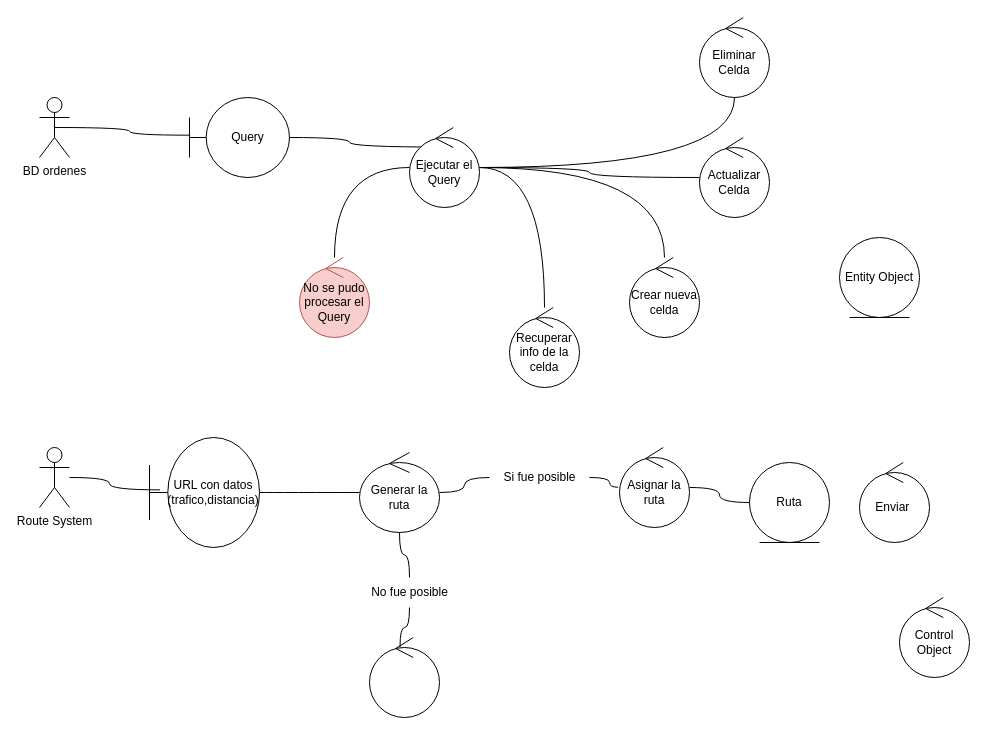
This is Untitled Diagram.drawio from Criplockoweno/System_Design, a draw.io file, before an edit. Source tidied: cells renumbered, new cells numbered last; positions are measured from the earlier drawing's top-left corner, leaving out a move shared by most shapes. Both pictures are drawn from the tidied source at 100%, with x=0, y=0 at pixel (39, 17).
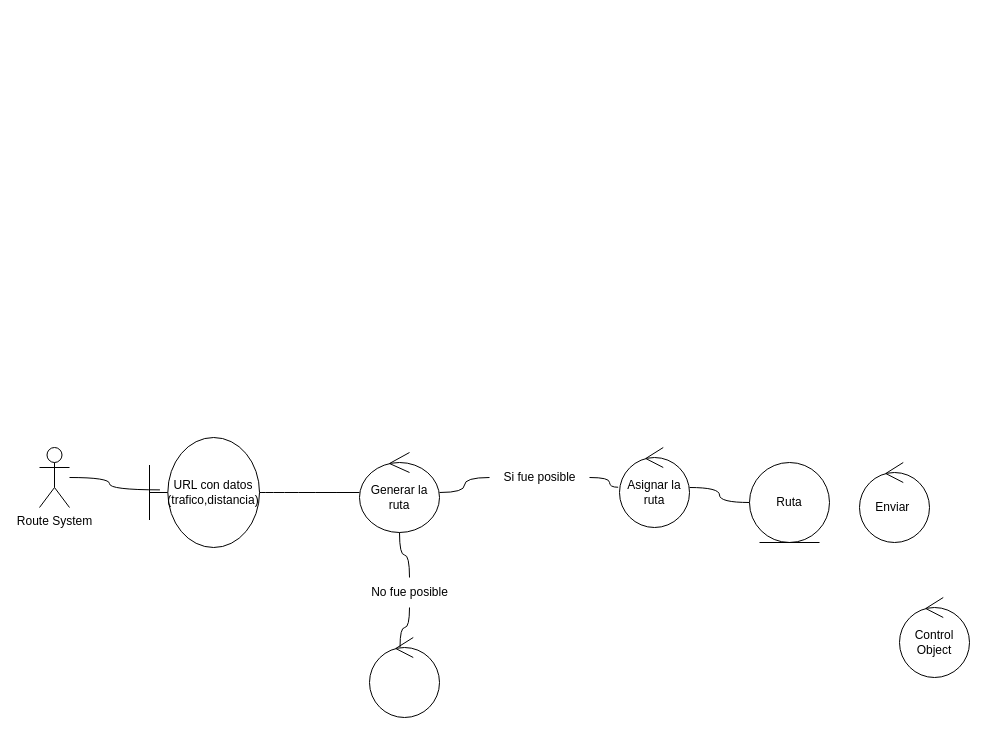
Above is the later version.

What changed in the source:
```diff
@@
-    <mxCell id="2" style="rounded=0;jettySize=auto;html=1;exitX=0.5;exitY=0.5;exitDx=0;exitDy=0;exitPerimeter=0;entryX=0.006;entryY=0.471;entryDx=0;entryDy=0;entryPerimeter=0;edgeStyle=orthogonalEdgeStyle;endArrow=none;endFill=0;curved=1;" parent="1" edge="1" source="3" target="5">
-      <mxGeometry relative="1" as="geometry" />
-    </mxCell>
-    <mxCell id="3" value="BD ordenes" style="shape=umlActor;verticalLabelPosition=bottom;verticalAlign=top;html=1;" parent="1" vertex="1">
-      <mxGeometry y="80" width="30" height="60" as="geometry" />
-    </mxCell>
-    <mxCell id="4" style="edgeStyle=orthogonalEdgeStyle;rounded=0;jettySize=auto;html=1;entryX=0.535;entryY=0.245;entryDx=0;entryDy=0;entryPerimeter=0;endArrow=none;endFill=0;curved=1;" parent="1" edge="1" source="5" target="11">
-      <mxGeometry relative="1" as="geometry" />
-    </mxCell>
-    <mxCell id="5" value="Query" style="shape=umlBoundary;whiteSpace=wrap;html=1;" parent="1" vertex="1">
-      <mxGeometry x="150" y="80" width="100" height="80" as="geometry" />
-    </mxCell>
-    <mxCell id="6" style="edgeStyle=orthogonalEdgeStyle;rounded=0;jettySize=auto;html=1;endArrow=none;endFill=0;curved=1;" parent="1" edge="1" source="11" target="13">
-      <mxGeometry relative="1" as="geometry" />
-    </mxCell>
-    <mxCell id="7" style="edgeStyle=orthogonalEdgeStyle;rounded=0;jettySize=auto;html=1;endArrow=none;endFill=0;curved=1;" parent="1" edge="1" source="11" target="14">
-      <mxGeometry relative="1" as="geometry" />
-    </mxCell>
-    <mxCell id="8" style="edgeStyle=orthogonalEdgeStyle;rounded=0;jettySize=auto;html=1;endArrow=none;endFill=0;curved=1;" parent="1" edge="1" source="11" target="15">
-      <mxGeometry relative="1" as="geometry" />
-    </mxCell>
-    <mxCell id="9" style="edgeStyle=orthogonalEdgeStyle;rounded=0;jettySize=auto;html=1;endArrow=none;endFill=0;curved=1;" parent="1" edge="1" source="11" target="16">
-      <mxGeometry relative="1" as="geometry" />
-    </mxCell>
-    <mxCell id="10" style="edgeStyle=orthogonalEdgeStyle;rounded=0;jettySize=auto;html=1;endArrow=none;endFill=0;curved=1;" parent="1" edge="1" source="11" target="17">
-      <mxGeometry relative="1" as="geometry" />
-    </mxCell>
-    <mxCell id="11" value="Ejecutar el Query" style="ellipse;shape=umlControl;whiteSpace=wrap;html=1;" parent="1" vertex="1">
-      <mxGeometry x="370" y="110" width="70" height="80" as="geometry" />
-    </mxCell>
-    <mxCell id="12" value="Entity Object" style="ellipse;shape=umlEntity;whiteSpace=wrap;html=1;" parent="1" vertex="1">
-      <mxGeometry x="800" y="220" width="80" height="80" as="geometry" />
-    </mxCell>
-    <mxCell id="13" value="Crear nueva celda" style="ellipse;shape=umlControl;whiteSpace=wrap;html=1;" parent="1" vertex="1">
-      <mxGeometry x="590" y="240" width="70" height="80" as="geometry" />
-    </mxCell>
-    <mxCell id="14" value="No se pudo procesar el Query" style="ellipse;shape=umlControl;whiteSpace=wrap;html=1;fillColor=#f8cecc;strokeColor=#b85450;" parent="1" vertex="1">
-      <mxGeometry x="260" y="240" width="70" height="80" as="geometry" />
-    </mxCell>
-    <mxCell id="15" value="Eliminar Celda" style="ellipse;shape=umlControl;whiteSpace=wrap;html=1;" parent="1" vertex="1">
-      <mxGeometry x="660" width="70" height="80" as="geometry" />
-    </mxCell>
-    <mxCell id="16" value="Actualizar Celda&lt;br&gt;" style="ellipse;shape=umlControl;whiteSpace=wrap;html=1;" parent="1" vertex="1">
-      <mxGeometry x="660" y="120" width="70" height="80" as="geometry" />
-    </mxCell>
-    <mxCell id="17" value="Recuperar info de la celda" style="ellipse;shape=umlControl;whiteSpace=wrap;html=1;" parent="1" vertex="1">
-      <mxGeometry x="470" y="290" width="70" height="80" as="geometry" />
-    </mxCell>
```
